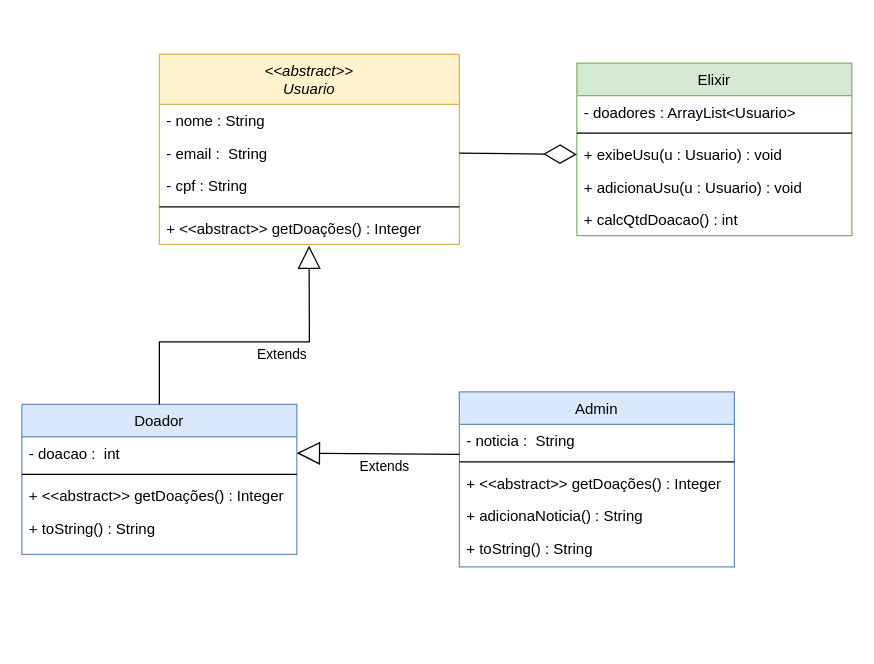
The draw.io diagram elixir.drawio in NetoOSantos/UML, before the edit. Source tidied: cells renumbered, new cells numbered last; positions are measured from the earlier drawing's top-left corner, leaving out a move shared by most shapes. Both pictures are drawn from the tidied source at 125%, with x=0, y=0 at pixel (21, 54).
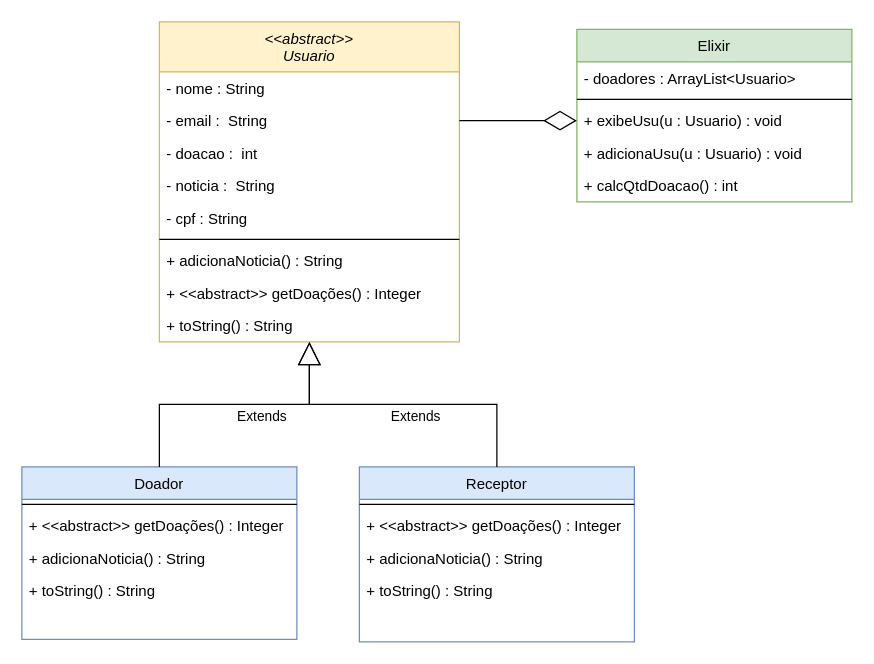
After the change.

What changed in the source:
```diff
@@
     <mxCell id="2" value="Doador" style="swimlane;fontStyle=0;align=center;verticalAlign=top;horizontal=1;startSize=26;rounded=0;shadow=0;strokeWidth=1;fillColor=#dae8fc;strokeColor=#6c8ebf;" parent="1" vertex="1">
-      <mxGeometry y="280" width="220" height="120" as="geometry" />
+      <mxGeometry y="330" width="220" height="138" as="geometry" />
     </mxCell>
-    <mxCell id="3" value="- doacao :  int" style="text;align=left;verticalAlign=top;spacingLeft=4;spacingRight=4;overflow=hidden;points=[[0,0.5],[1,0.5]];portConstraint=eastwest;" parent="2" vertex="1">
-      <mxGeometry y="26" width="220" height="26" as="geometry" />
-    </mxCell>
     <mxCell id="4" style="line;html=1;strokeWidth=1;align=left;verticalAlign=middle;spacingTop=-1;spacingLeft=3;spacingRight=3;labelPosition=right;" parent="2" vertex="1">
-      <mxGeometry y="52" width="220" height="8" as="geometry" />
+      <mxGeometry y="26" width="220" height="8" as="geometry" />
     </mxCell>
     <mxCell id="5" value="+ &lt;&lt;abstract&gt;&gt; getDoações() : Integer" style="text;align=left;verticalAlign=top;spacingLeft=4;spacingRight=4;overflow=hidden;" parent="2" vertex="1">
-      <mxGeometry y="60" width="220" height="26" as="geometry" />
+      <mxGeometry y="34" width="220" height="26" as="geometry" />
     </mxCell>
+    <mxCell id="28" value="+ adicionaNoticia() : String" style="text;align=left;verticalAlign=top;spacingLeft=4;spacingRight=4;overflow=hidden;" parent="2" vertex="1">
+      <mxGeometry y="60" width="220" height="26" as="geometry" />
+    </mxCell>
@@
     <mxCell id="7" value="Elixir" style="swimlane;fontStyle=0;align=center;verticalAlign=top;horizontal=1;startSize=26;rounded=0;shadow=0;strokeWidth=1;fillColor=#d5e8d4;strokeColor=#82b366;" parent="1" vertex="1">
-      <mxGeometry x="444" y="7" width="220" height="138" as="geometry" />
+      <mxGeometry x="444" y="-20" width="220" height="138" as="geometry" />
     </mxCell>
@@
     <mxCell id="13" value="&lt;&lt;abstract&gt;&gt;&#10;Usuario" style="swimlane;fontStyle=2;align=center;verticalAlign=top;horizontal=1;startSize=40;rounded=0;shadow=0;strokeWidth=1;fillColor=#fff2cc;strokeColor=#d6b656;" parent="1" vertex="1">
-      <mxGeometry x="110" width="240" height="152" as="geometry" />
+      <mxGeometry x="110" y="-26" width="240" height="256" as="geometry" />
     </mxCell>
@@
+    <mxCell id="3" value="- doacao :  int" style="text;align=left;verticalAlign=top;spacingLeft=4;spacingRight=4;overflow=hidden;points=[[0,0.5],[1,0.5]];portConstraint=eastwest;" parent="13" vertex="1">
+      <mxGeometry y="92" width="240" height="26" as="geometry" />
+    </mxCell>
+    <mxCell id="22" value="- noticia :  String" style="text;align=left;verticalAlign=top;spacingLeft=4;spacingRight=4;overflow=hidden;points=[[0,0.5],[1,0.5]];portConstraint=eastwest;" parent="13" vertex="1">
+      <mxGeometry y="118" width="240" height="26" as="geometry" />
+    </mxCell>
     <mxCell id="16" value="- cpf : String" style="text;align=left;verticalAlign=top;spacingLeft=4;spacingRight=4;overflow=hidden;" parent="13" vertex="1">
-      <mxGeometry y="92" width="240" height="26" as="geometry" />
+      <mxGeometry y="144" width="240" height="26" as="geometry" />
     </mxCell>
     <mxCell id="17" style="line;html=1;strokeWidth=1;align=left;verticalAlign=middle;spacingTop=-1;spacingLeft=3;spacingRight=3;labelPosition=right;" parent="13" vertex="1">
-      <mxGeometry y="118" width="240" height="8" as="geometry" />
+      <mxGeometry y="170" width="240" height="8" as="geometry" />
     </mxCell>
+    <mxCell id="29" value="+ adicionaNoticia() : String" style="text;align=left;verticalAlign=top;spacingLeft=4;spacingRight=4;overflow=hidden;" parent="13" vertex="1">
+      <mxGeometry y="178" width="240" height="26" as="geometry" />
+    </mxCell>
     <mxCell id="18" value="+ &lt;&lt;abstract&gt;&gt; getDoações() : Integer" style="text;align=left;verticalAlign=top;spacingLeft=4;spacingRight=4;overflow=hidden;points=[[0,0.5],[1,0.5]];portConstraint=eastwest;" parent="13" vertex="1">
-      <mxGeometry y="126" width="240" height="26" as="geometry" />
+      <mxGeometry y="204" width="240" height="26" as="geometry" />
     </mxCell>
+    <mxCell id="30" value="+ toString() : String" style="text;align=left;verticalAlign=top;spacingLeft=4;spacingRight=4;overflow=hidden;" parent="13" vertex="1">
+      <mxGeometry y="230" width="240" height="26" as="geometry" />
+    </mxCell>
@@
-    <mxCell id="20" value="Extends" style="endArrow=block;endSize=16;endFill=0;html=1;rounded=0;exitX=0.5;exitY=0;exitDx=0;exitDy=0;entryX=0.499;entryY=1.039;entryDx=0;entryDy=0;entryPerimeter=0;" parent="1" edge="1" source="2" target="18">
+    <mxCell id="20" value="Extends" style="endArrow=block;endSize=16;endFill=0;html=1;rounded=0;exitX=0.5;exitY=0;exitDx=0;exitDy=0;" parent="1" edge="1" source="2">
       <mxGeometry x="0.2" y="-10" relative="1" as="geometry">
+        <mxPoint x="230" y="230" as="targetPoint" />
         <Array as="points">
-          <mxPoint x="110" y="230" />
-          <mxPoint x="220" y="230" />
-          <mxPoint x="230" y="230" />
+          <mxPoint x="110" y="280" />
+          <mxPoint x="220" y="280" />
+          <mxPoint x="230" y="280" />
         </Array>
       </mxGeometry>
     </mxCell>
-    <mxCell id="21" value="Admin" style="swimlane;fontStyle=0;align=center;verticalAlign=top;horizontal=1;startSize=26;rounded=0;shadow=0;strokeWidth=1;fillColor=#dae8fc;strokeColor=#6c8ebf;" parent="1" vertex="1">
-      <mxGeometry x="350" y="270" width="220" height="140" as="geometry" />
+    <mxCell id="21" value="Receptor" style="swimlane;fontStyle=0;align=center;verticalAlign=top;horizontal=1;startSize=26;rounded=0;shadow=0;strokeWidth=1;fillColor=#dae8fc;strokeColor=#6c8ebf;" parent="1" vertex="1">
+      <mxGeometry x="270" y="330" width="220" height="140" as="geometry" />
     </mxCell>
-    <mxCell id="22" value="- noticia :  String" style="text;align=left;verticalAlign=top;spacingLeft=4;spacingRight=4;overflow=hidden;points=[[0,0.5],[1,0.5]];portConstraint=eastwest;" parent="21" vertex="1">
-      <mxGeometry y="26" width="220" height="26" as="geometry" />
-    </mxCell>
     <mxCell id="23" style="line;html=1;strokeWidth=1;align=left;verticalAlign=middle;spacingTop=-1;spacingLeft=3;spacingRight=3;labelPosition=right;" parent="21" vertex="1">
-      <mxGeometry y="52" width="220" height="8" as="geometry" />
+      <mxGeometry y="26" width="220" height="8" as="geometry" />
     </mxCell>
     <mxCell id="24" value="+ &lt;&lt;abstract&gt;&gt; getDoações() : Integer" style="text;align=left;verticalAlign=top;spacingLeft=4;spacingRight=4;overflow=hidden;" parent="21" vertex="1">
-      <mxGeometry y="60" width="220" height="26" as="geometry" />
+      <mxGeometry y="34" width="220" height="26" as="geometry" />
     </mxCell>
     <mxCell id="25" value="+ adicionaNoticia() : String" style="text;align=left;verticalAlign=top;spacingLeft=4;spacingRight=4;overflow=hidden;" parent="21" vertex="1">
-      <mxGeometry y="86" width="220" height="26" as="geometry" />
+      <mxGeometry y="60" width="220" height="26" as="geometry" />
     </mxCell>
     <mxCell id="26" value="+ toString() : String" style="text;align=left;verticalAlign=top;spacingLeft=4;spacingRight=4;overflow=hidden;" parent="21" vertex="1">
-      <mxGeometry y="112" width="220" height="26" as="geometry" />
+      <mxGeometry y="86" width="220" height="26" as="geometry" />
     </mxCell>
-    <mxCell id="27" value="Extends" style="endArrow=block;endSize=16;endFill=0;html=1;rounded=0;entryX=1;entryY=0.5;entryDx=0;entryDy=0;exitX=0;exitY=0.923;exitDx=0;exitDy=0;exitPerimeter=0;" parent="1" edge="1" source="22" target="3">
-      <mxGeometry x="-0.08" y="10" relative="1" as="geometry" />
+    <mxCell id="27" value="Extends" style="endArrow=block;endSize=16;endFill=0;html=1;rounded=0;exitX=0.5;exitY=0;exitDx=0;exitDy=0;" parent="1" edge="1" source="21">
+      <mxGeometry x="-0.08" y="10" relative="1" as="geometry">
+        <mxPoint x="230" y="230" as="targetPoint" />
+        <Array as="points">
+          <mxPoint x="380" y="280" />
+          <mxPoint x="230" y="280" />
+        </Array>
+      </mxGeometry>
     </mxCell>
```
